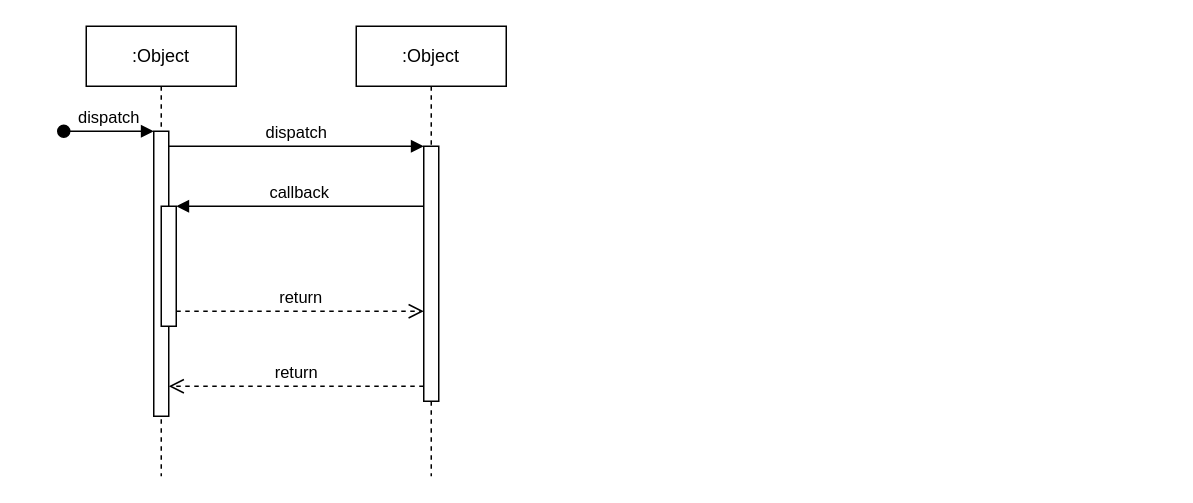
Earlier version of the draw.io diagram J-im流程图/配置加载流程.drawio (RR9-cn/DrawFile). Source tidied: cells renumbered, new cells numbered last; positions are measured from the earlier drawing's top-left corner, leaving out a move shared by most shapes. Both pictures are drawn from the tidied source at 150%, with x=0, y=0 at pixel (63, 26).
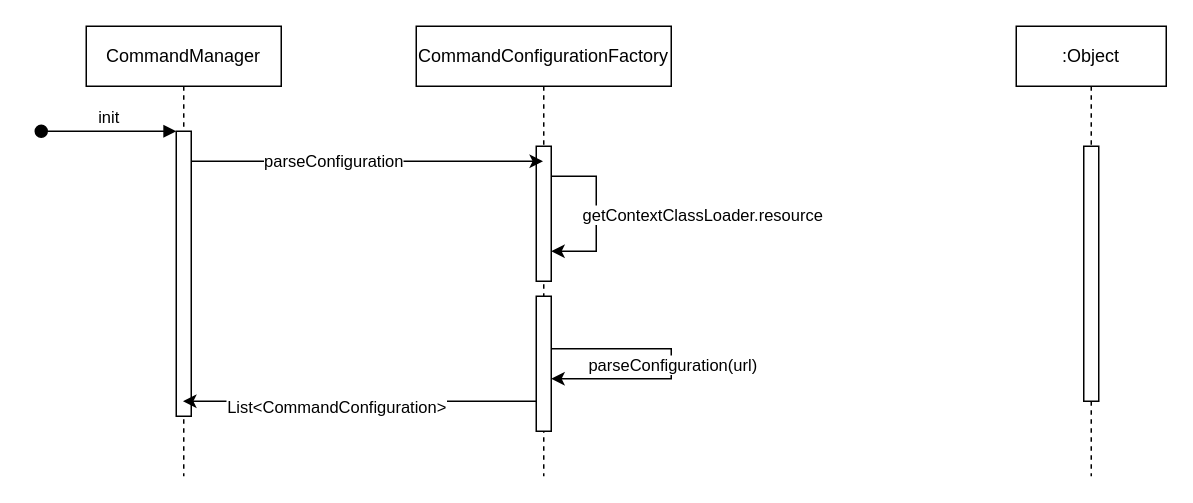
After the change.

Commit message (it also covers changes not shown here):
更新配置加载流程.drawio

The change refers to these unchanged cells:
```xml
<mxCell id="7" style="html=1;points=[];perimeter=orthogonalPerimeter;outlineConnect=0;targetShapes=umlLifeline;portConstraint=eastwest;newEdgeStyle={&quot;edgeStyle&quot;:&quot;elbowEdgeStyle&quot;,&quot;elbow&quot;:&quot;vertical&quot;,&quot;curved&quot;:0,&quot;rounded&quot;:0};" parent="6" vertex="1">
  <mxGeometry x="45" y="80" width="10" height="170" as="geometry" />
</mxCell>
```

Diff of the diagram source:
```diff
@@
-    <mxCell id="2" value=":Object" style="shape=umlLifeline;perimeter=lifelinePerimeter;whiteSpace=wrap;html=1;outlineConnect=0;portConstraint=eastwest;newEdgeStyle={&quot;edgeStyle&quot;:&quot;elbowEdgeStyle&quot;,&quot;elbow&quot;:&quot;vertical&quot;,&quot;curved&quot;:0,&quot;rounded&quot;:0};" parent="1" vertex="1">
-      <mxGeometry x="15" width="100" height="300" as="geometry" />
+    <mxCell id="2" value="CommandManager" style="shape=umlLifeline;perimeter=lifelinePerimeter;whiteSpace=wrap;html=1;outlineConnect=0;portConstraint=eastwest;newEdgeStyle={&quot;edgeStyle&quot;:&quot;elbowEdgeStyle&quot;,&quot;elbow&quot;:&quot;vertical&quot;,&quot;curved&quot;:0,&quot;rounded&quot;:0};" parent="1" vertex="1">
+      <mxGeometry x="15" width="130" height="300" as="geometry" />
     </mxCell>
     <mxCell id="3" style="html=1;points=[];perimeter=orthogonalPerimeter;outlineConnect=0;targetShapes=umlLifeline;portConstraint=eastwest;newEdgeStyle={&quot;edgeStyle&quot;:&quot;elbowEdgeStyle&quot;,&quot;elbow&quot;:&quot;vertical&quot;,&quot;curved&quot;:0,&quot;rounded&quot;:0};" parent="2" vertex="1">
-      <mxGeometry x="45" y="70" width="10" height="190" as="geometry" />
+      <mxGeometry x="60" y="70" width="10" height="190" as="geometry" />
     </mxCell>
-    <mxCell id="4" value="dispatch" style="html=1;verticalAlign=bottom;startArrow=oval;endArrow=block;startSize=8;edgeStyle=elbowEdgeStyle;elbow=vertical;curved=0;rounded=0;" parent="2" edge="1" target="3">
+    <mxCell id="4" value="init" style="html=1;verticalAlign=bottom;startArrow=oval;endArrow=block;startSize=8;edgeStyle=elbowEdgeStyle;elbow=vertical;curved=0;rounded=0;" parent="2" edge="1" target="3">
       <mxGeometry relative="1" as="geometry">
-        <mxPoint x="-15" y="70" as="sourcePoint" />
+        <mxPoint x="-30" y="70" as="sourcePoint" />
       </mxGeometry>
     </mxCell>
-    <mxCell id="5" style="html=1;points=[];perimeter=orthogonalPerimeter;outlineConnect=0;targetShapes=umlLifeline;portConstraint=eastwest;newEdgeStyle={&quot;edgeStyle&quot;:&quot;elbowEdgeStyle&quot;,&quot;elbow&quot;:&quot;vertical&quot;,&quot;curved&quot;:0,&quot;rounded&quot;:0};" parent="2" vertex="1">
-      <mxGeometry x="50" y="120" width="10" height="80" as="geometry" />
-    </mxCell>
     <mxCell id="6" value=":Object" style="shape=umlLifeline;perimeter=lifelinePerimeter;whiteSpace=wrap;html=1;newEdgeStyle={&quot;edgeStyle&quot;:&quot;elbowEdgeStyle&quot;,&quot;elbow&quot;:&quot;vertical&quot;,&quot;curved&quot;:0,&quot;rounded&quot;:0};" parent="1" vertex="1">
-      <mxGeometry x="195" width="100" height="300" as="geometry" />
+      <mxGeometry x="635" width="100" height="300" as="geometry" />
     </mxCell>
@@
-    <mxCell id="8" value="dispatch" style="html=1;verticalAlign=bottom;endArrow=block;edgeStyle=elbowEdgeStyle;elbow=vertical;curved=0;rounded=0;" parent="1" edge="1" source="3" target="7">
-      <mxGeometry relative="1" as="geometry">
-        <Array as="points">
-          <mxPoint x="155" y="80" />
-        </Array>
-      </mxGeometry>
-    </mxCell>
-    <mxCell id="9" value="return" style="html=1;verticalAlign=bottom;endArrow=open;dashed=1;endSize=8;edgeStyle=elbowEdgeStyle;elbow=vertical;curved=0;rounded=0;" parent="1" edge="1" source="7" target="3">
-      <mxGeometry relative="1" as="geometry">
-        <Array as="points">
-          <mxPoint x="165" y="240" />
-        </Array>
-      </mxGeometry>
-    </mxCell>
-    <mxCell id="10" value="callback" style="html=1;verticalAlign=bottom;endArrow=block;edgeStyle=elbowEdgeStyle;elbow=vertical;curved=0;rounded=0;" parent="1" edge="1" source="7" target="5">
-      <mxGeometry relative="1" as="geometry">
-        <Array as="points">
-          <mxPoint x="165" y="120" />
-        </Array>
-      </mxGeometry>
-    </mxCell>
-    <mxCell id="11" value="return" style="html=1;verticalAlign=bottom;endArrow=open;dashed=1;endSize=8;edgeStyle=elbowEdgeStyle;elbow=vertical;curved=0;rounded=0;" parent="1" edge="1" source="5" target="7">
-      <mxGeometry relative="1" as="geometry">
-        <Array as="points">
-          <mxPoint x="155" y="190" />
-        </Array>
-      </mxGeometry>
-    </mxCell>
+    <mxCell id="12" value="CommandConfigurationFactory" style="shape=umlLifeline;perimeter=lifelinePerimeter;whiteSpace=wrap;html=1;outlineConnect=0;portConstraint=eastwest;newEdgeStyle={&quot;edgeStyle&quot;:&quot;elbowEdgeStyle&quot;,&quot;elbow&quot;:&quot;vertical&quot;,&quot;curved&quot;:0,&quot;rounded&quot;:0};" parent="1" vertex="1">
+      <mxGeometry x="235" width="170" height="300" as="geometry" />
+    </mxCell>
+    <mxCell id="13" style="edgeStyle=elbowEdgeStyle;rounded=0;jettySize=auto;html=1;elbow=vertical;curved=0;" parent="12" edge="1" source="17" target="12">
+      <mxGeometry relative="1" as="geometry" />
+    </mxCell>
+    <mxCell id="14" style="edgeStyle=elbowEdgeStyle;rounded=0;orthogonalLoop=1;jettySize=auto;html=1;elbow=vertical;curved=0;" parent="12" edge="1" source="17" target="17">
+      <mxGeometry relative="1" as="geometry">
+        <Array as="points">
+          <mxPoint x="120" y="100" />
+        </Array>
+      </mxGeometry>
+    </mxCell>
+    <mxCell id="15" value="getContextClassLoader.resource" style="edgeLabel;html=1;align=center;verticalAlign=middle;rotation=0;" parent="14" vertex="1">
+      <mxGeometry x="-0.05" y="-2" relative="1" as="geometry">
+        <mxPoint x="72" y="3" as="offset" />
+      </mxGeometry>
+    </mxCell>
+    <mxCell id="16" style="edgeStyle=elbowEdgeStyle;rounded=0;jettySize=auto;html=1;elbow=vertical;curved=0;" parent="12" edge="1" source="17" target="12">
+      <mxGeometry relative="1" as="geometry" />
+    </mxCell>
+    <mxCell id="17" style="html=1;points=[];perimeter=orthogonalPerimeter;outlineConnect=0;targetShapes=umlLifeline;portConstraint=eastwest;newEdgeStyle={&quot;edgeStyle&quot;:&quot;elbowEdgeStyle&quot;,&quot;elbow&quot;:&quot;vertical&quot;,&quot;curved&quot;:0,&quot;rounded&quot;:0};" parent="12" vertex="1">
+      <mxGeometry x="80" y="80" width="10" height="90" as="geometry" />
+    </mxCell>
+    <mxCell id="18" style="html=1;points=[];perimeter=orthogonalPerimeter;outlineConnect=0;targetShapes=umlLifeline;portConstraint=eastwest;newEdgeStyle={&quot;edgeStyle&quot;:&quot;elbowEdgeStyle&quot;,&quot;elbow&quot;:&quot;vertical&quot;,&quot;curved&quot;:0,&quot;rounded&quot;:0};" parent="12" vertex="1">
+      <mxGeometry x="80" y="180" width="10" height="90" as="geometry" />
+    </mxCell>
+    <mxCell id="19" style="edgeStyle=elbowEdgeStyle;rounded=0;orthogonalLoop=1;jettySize=auto;html=1;elbow=vertical;curved=0;" parent="12" edge="1" source="18" target="18">
+      <mxGeometry relative="1" as="geometry">
+        <Array as="points">
+          <mxPoint x="170" y="225" />
+        </Array>
+      </mxGeometry>
+    </mxCell>
+    <mxCell id="20" value="parseConfiguration(url)" style="edgeLabel;html=1;align=center;verticalAlign=middle;" parent="19" vertex="1">
+      <mxGeometry x="-0.01" y="-1" relative="1" as="geometry">
+        <mxPoint x="1" y="1" as="offset" />
+      </mxGeometry>
+    </mxCell>
+    <mxCell id="21" style="edgeStyle=elbowEdgeStyle;rounded=0;jettySize=auto;html=1;elbow=vertical;curved=0;" parent="1" edge="1" source="3" target="12">
+      <mxGeometry relative="1" as="geometry">
+        <Array as="points">
+          <mxPoint x="195" y="90" />
+        </Array>
+      </mxGeometry>
+    </mxCell>
+    <mxCell id="22" value="parseConfiguration" style="edgeLabel;html=1;align=center;verticalAlign=middle;" parent="21" vertex="1">
+      <mxGeometry x="-0.2" y="1" relative="1" as="geometry" />
+    </mxCell>
+    <mxCell id="23" style="edgeStyle=elbowEdgeStyle;rounded=0;jettySize=auto;html=1;elbow=vertical;curved=0;" parent="1" edge="1" source="18" target="2">
+      <mxGeometry relative="1" as="geometry">
+        <Array as="points">
+          <mxPoint x="225" y="250" />
+          <mxPoint x="145" y="240" />
+        </Array>
+      </mxGeometry>
+    </mxCell>
+    <mxCell id="24" value="List&amp;lt;CommandConfiguration&amp;gt;" style="edgeLabel;html=1;align=center;verticalAlign=middle;" parent="23" vertex="1">
+      <mxGeometry x="0.14" y="3" relative="1" as="geometry" />
+    </mxCell>
```
